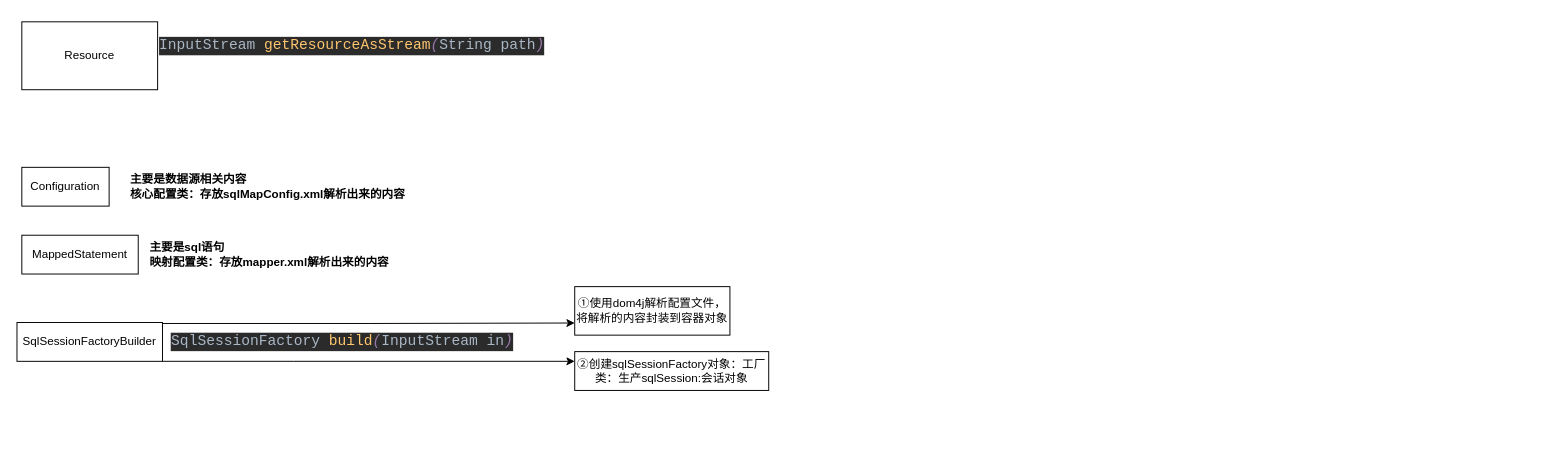
The draw.io diagram 自定义mybatis.drawio in x1126565832/pic, before the edit. Source tidied: cells renumbered, new cells numbered last; positions are measured from the earlier drawing's top-left corner, leaving out a move shared by most shapes. Both pictures are drawn from the tidied source at 97%, with x=0, y=0 at pixel (16, 21).
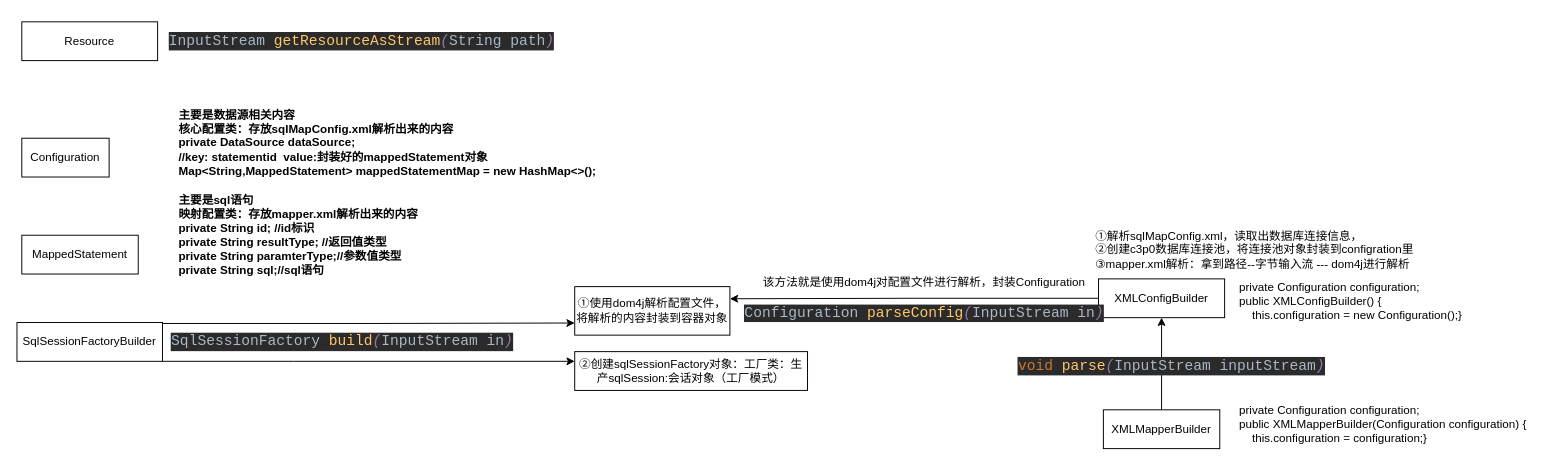
The same page after the edit.

Commit message (it also covers changes not shown here):
更新自定义mybatis.drawio

The change refers to these unchanged cells:
```xml
<mxCell id="12" value="①使用dom4j解析配置文件，将解析的内容封装到容器对象" style="whiteSpace=wrap;html=1;align=center;" parent="1" vertex="1">
  <mxGeometry x="575" y="273" width="160" height="50" as="geometry" />
</mxCell>
```

Diff of the diagram source:
```diff
@@
     <mxCell id="2" value="Resource" style="whiteSpace=wrap;html=1;" parent="1" vertex="1">
-      <mxGeometry x="5" width="140" height="70" as="geometry" />
+      <mxGeometry x="5" width="140" height="40" as="geometry" />
     </mxCell>
@@
     <mxCell id="4" value="Configuration" style="whiteSpace=wrap;html=1;" parent="1" vertex="1">
-      <mxGeometry x="5" y="150" width="90" height="40" as="geometry" />
+      <mxGeometry x="5" y="120" width="90" height="40" as="geometry" />
     </mxCell>
@@
     <mxCell id="6" value="&lt;pre style=&quot;background-color: rgb(43 , 43 , 43) ; color: rgb(169 , 183 , 198) ; font-family: &amp;#34;consolas&amp;#34; , monospace ; font-size: 11.3pt&quot;&gt;InputStream &lt;span style=&quot;color: rgb(255 , 198 , 109)&quot;&gt;getResourceAsStream&lt;/span&gt;&lt;span style=&quot;color: rgb(152 , 118 , 170) ; font-style: italic&quot;&gt;(&lt;/span&gt;String path&lt;span style=&quot;color: rgb(152 , 118 , 170) ; font-style: italic&quot;&gt;)&lt;/span&gt;&lt;/pre&gt;" style="text;html=1;align=center;verticalAlign=middle;strokeColor=none;fillColor=none;" parent="1" vertex="1">
-      <mxGeometry x="155" width="380" height="50" as="geometry" />
+      <mxGeometry x="165" y="-5" width="380" height="50" as="geometry" />
     </mxCell>
-    <mxCell id="7" value="主要是数据源相关内容&lt;br&gt;核心配置类：存放sqlMapConfig.xml解析出来的内容" style="text;html=1;align=left;verticalAlign=middle;strokeColor=none;fillColor=none;fontStyle=1;" parent="1" vertex="1">
-      <mxGeometry x="115" y="155" width="300" height="30" as="geometry" />
+    <mxCell id="7" value="主要是数据源相关内容&lt;br&gt;核心配置类：存放sqlMapConfig.xml解析出来的内容&lt;br&gt;private DataSource dataSource;&lt;br&gt;//key: statementid&amp;nbsp; value:封装好的mappedStatement对象&lt;br&gt;Map&amp;lt;String,MappedStatement&amp;gt; mappedStatementMap = new HashMap&amp;lt;&amp;gt;();&lt;br&gt;" style="text;html=1;align=left;verticalAlign=middle;strokeColor=none;fillColor=none;fontStyle=1;" parent="1" vertex="1">
+      <mxGeometry x="165" y="90" width="450" height="70" as="geometry" />
     </mxCell>
-    <mxCell id="8" value="主要是sql语句&lt;br&gt;映射配置类：存放mapper.xml解析出来的内容" style="text;html=1;align=left;verticalAlign=middle;strokeColor=none;fillColor=none;fontStyle=1;" parent="1" vertex="1">
-      <mxGeometry x="135" y="225" width="260" height="30" as="geometry" />
+    <mxCell id="8" value="主要是sql语句&lt;br&gt;映射配置类：存放mapper.xml解析出来的内容&lt;br&gt;&lt;div&gt;private String id; //id标识&lt;/div&gt;&lt;div&gt;private String resultType; //返回值类型&lt;/div&gt;&lt;div&gt;private String paramterType;//参数值类型&lt;/div&gt;&lt;div&gt;private String sql;//sql语句&lt;/div&gt;" style="text;html=1;align=left;verticalAlign=middle;strokeColor=none;fillColor=none;fontStyle=1;" parent="1" vertex="1">
+      <mxGeometry x="165" y="175" width="260" height="90" as="geometry" />
     </mxCell>
@@
-    <mxCell id="13" value="②创建sqlSessionFactory对象：工厂类：生产sqlSession:会话对象" style="whiteSpace=wrap;html=1;align=center;" parent="1" vertex="1">
-      <mxGeometry x="575" y="340" width="200" height="40" as="geometry" />
+    <mxCell id="13" value="②创建sqlSessionFactory对象：工厂类：生产sqlSession:会话对象（工厂模式）" style="whiteSpace=wrap;html=1;align=center;" parent="1" vertex="1">
+      <mxGeometry x="575" y="340" width="240" height="40" as="geometry" />
     </mxCell>
@@
+    <mxCell id="15" style="edgeStyle=orthogonalEdgeStyle;rounded=0;jettySize=auto;html=1;exitX=0;exitY=0.5;exitDx=0;exitDy=0;entryX=1;entryY=0.25;entryDx=0;entryDy=0;" parent="1" edge="1" source="16" target="12">
+      <mxGeometry relative="1" as="geometry" />
+    </mxCell>
+    <mxCell id="16" value="XMLConfigBuilder" style="whiteSpace=wrap;html=1;align=center;" parent="1" vertex="1">
+      <mxGeometry x="1115" y="265" width="130" height="40" as="geometry" />
+    </mxCell>
+    <mxCell id="17" value="&lt;pre style=&quot;background-color: #2b2b2b ; color: #a9b7c6 ; font-family: &amp;#34;consolas&amp;#34; , monospace ; font-size: 11.3pt&quot;&gt;&lt;br&gt;&lt;/pre&gt;" style="text;html=1;align=center;verticalAlign=middle;strokeColor=none;fillColor=none;" parent="1" vertex="1">
+      <mxGeometry x="915" y="250" width="20" height="50" as="geometry" />
+    </mxCell>
+    <mxCell id="18" value="该方法就是使用dom4j对配置文件进行解析，封装Configuration&lt;br&gt;&lt;pre style=&quot;background-color: #2b2b2b ; color: #a9b7c6 ; font-family: &amp;#34;consolas&amp;#34; , monospace ; font-size: 11.3pt&quot;&gt;Configuration &lt;span style=&quot;color: #ffc66d&quot;&gt;parseConfig&lt;/span&gt;&lt;span style=&quot;color: #9876aa ; font-style: italic&quot;&gt;(&lt;/span&gt;InputStream in&lt;span style=&quot;color: #9876aa ; font-style: italic&quot;&gt;)&lt;/span&gt;&lt;/pre&gt;" style="text;html=1;align=center;verticalAlign=middle;strokeColor=none;fillColor=none;" parent="1" vertex="1">
+      <mxGeometry x="755" y="263" width="360" height="60" as="geometry" />
+    </mxCell>
+    <mxCell id="19" value="①解析sqlMapConfig.xml，读取出数据库连接信息，&lt;br&gt;②创建c3p0数据库连接池，将连接池对象封装到configration里&lt;br&gt;&lt;div style=&quot;&quot;&gt;&lt;span&gt;③mapper.xml解析：拿到路径--字节输入流 --- dom4j进行解析&lt;/span&gt;&lt;/div&gt;" style="text;html=1;align=left;verticalAlign=middle;strokeColor=none;fillColor=none;" parent="1" vertex="1">
+      <mxGeometry x="1110" y="210" width="340" height="50" as="geometry" />
+    </mxCell>
+    <mxCell id="20" style="edgeStyle=orthogonalEdgeStyle;rounded=0;jettySize=auto;html=1;entryX=0.5;entryY=1;entryDx=0;entryDy=0;" parent="1" edge="1" source="21" target="16">
+      <mxGeometry relative="1" as="geometry" />
+    </mxCell>
+    <mxCell id="21" value="XMLMapperBuilder" style="whiteSpace=wrap;html=1;labelBackgroundColor=#FFFFFF;align=center;" parent="1" vertex="1">
+      <mxGeometry x="1120" y="400" width="120" height="40" as="geometry" />
+    </mxCell>
+    <mxCell id="22" value="&lt;div&gt;&amp;nbsp; &amp;nbsp; private Configuration configuration;&lt;/div&gt;&lt;div&gt;&amp;nbsp; &amp;nbsp; public XMLConfigBuilder() {&lt;/div&gt;&lt;div&gt;&amp;nbsp; &amp;nbsp; &amp;nbsp; &amp;nbsp; this.configuration = new Configuration();&lt;span&gt;}&lt;/span&gt;&lt;/div&gt;" style="text;html=1;align=left;verticalAlign=middle;strokeColor=none;fillColor=none;" parent="1" vertex="1">
+      <mxGeometry x="1245" y="263" width="260" height="50" as="geometry" />
+    </mxCell>
+    <mxCell id="23" value="&lt;div&gt;&amp;nbsp; &amp;nbsp; private Configuration configuration;&lt;/div&gt;&lt;div&gt;&amp;nbsp; &amp;nbsp; public XMLMapperBuilder(Configuration configuration) {&lt;/div&gt;&lt;div&gt;&amp;nbsp; &amp;nbsp; &amp;nbsp; &amp;nbsp; this.configuration = configuration;&lt;span&gt;}&lt;/span&gt;&lt;/div&gt;" style="text;html=1;align=left;verticalAlign=middle;strokeColor=none;fillColor=none;" parent="1" vertex="1">
+      <mxGeometry x="1245" y="390" width="330" height="50" as="geometry" />
+    </mxCell>
+    <mxCell id="24" value="&lt;pre style=&quot;background-color: #2b2b2b ; color: #a9b7c6 ; font-family: &amp;#34;consolas&amp;#34; , monospace ; font-size: 11.3pt&quot;&gt;&lt;span style=&quot;color: #cc7832&quot;&gt;void &lt;/span&gt;&lt;span style=&quot;color: #ffc66d&quot;&gt;parse&lt;/span&gt;&lt;span style=&quot;color: #9876aa ; font-style: italic&quot;&gt;(&lt;/span&gt;InputStream inputStream&lt;span style=&quot;color: #9876aa ; font-style: italic&quot;&gt;)&lt;/span&gt;&lt;/pre&gt;" style="text;html=1;align=center;verticalAlign=middle;strokeColor=none;fillColor=none;" parent="1" vertex="1">
+      <mxGeometry x="1035" y="330" width="310" height="50" as="geometry" />
+    </mxCell>
```
